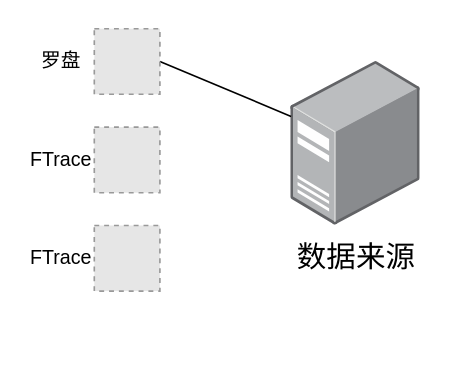
Before: 永洪分享.drawio in Cmdone/Draw.io, a draw.io diagram. Source tidied: cells renumbered, new cells numbered last; positions are measured from the earlier drawing's top-left corner, leaving out a move shared by most shapes. Both pictures are drawn from the tidied source at 164%, with x=0, y=0 at pixel (28, 28). Pictures stored in the file or linked from it are replaced by grey dashed boxes.
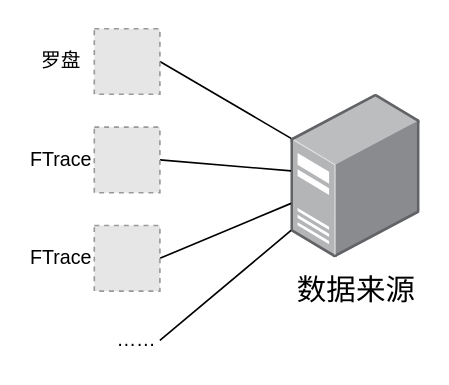
After the change.

The edit, as a diff of the source:
```diff
@@
 <mxGraphModel>
   <root>
     <mxCell id="0" />
     <mxCell id="1" parent="0" />
     <mxCell id="2" style="points=[];html=1;align=center;shadow=0;dashed=0;image;image=img/lib/allied_telesis/computer_and_terminals/Server_Desktop.svg;fillColor=none;" parent="1" vertex="1">
-      <mxGeometry x="160" y="20" width="78.9" height="100" as="geometry" />
+      <mxGeometry x="160" y="40" width="78.9" height="100" as="geometry" />
     </mxCell>
     <mxCell id="3" value="&lt;font style=&quot;font-size: 18px&quot;&gt;数据来源&lt;/font&gt;" style="text;html=1;strokeColor=none;fillColor=none;align=center;verticalAlign=middle;whiteSpace=wrap;rounded=0;" parent="1" vertex="1">
-      <mxGeometry x="160" y="120" width="80" height="40" as="geometry" />
+      <mxGeometry x="160" y="140" width="80" height="40" as="geometry" />
     </mxCell>
     <mxCell id="4" style="rounded=0;jettySize=auto;html=1;exitX=1;exitY=0.5;exitDx=0;exitDy=0;endArrow=none;endFill=0;" parent="1" edge="1" source="5" target="2">
       <mxGeometry relative="1" as="geometry" />
     </mxCell>
     <mxCell id="5" style="fillColor=#E6E6E6;strokeColor=#999999;dashed=1;verticalLabelPosition=bottom;labelBackgroundColor=#ffffff;verticalAlign=top;" parent="1" vertex="1">
       <mxGeometry x="40" width="40" height="40" as="geometry" />
     </mxCell>
     <mxCell id="6" value="罗盘" style="text;html=1;strokeColor=none;fillColor=none;align=center;verticalAlign=middle;whiteSpace=wrap;rounded=0;" parent="1" vertex="1">
       <mxGeometry y="10" width="40" height="20" as="geometry" />
     </mxCell>
+    <mxCell id="11" style="edgeStyle=none;rounded=0;jettySize=auto;html=1;exitX=1;exitY=0.5;exitDx=0;exitDy=0;endArrow=none;endFill=0;" parent="1" edge="1" source="7" target="2">
+      <mxGeometry relative="1" as="geometry" />
+    </mxCell>
     <mxCell id="7" style="fillColor=#E6E6E6;strokeColor=#999999;dashed=1;verticalLabelPosition=bottom;labelBackgroundColor=#ffffff;verticalAlign=top;" parent="1" vertex="1">
       <mxGeometry x="40" y="60" width="40" height="40" as="geometry" />
     </mxCell>
     <mxCell id="8" value="FTrace" style="text;html=1;strokeColor=none;fillColor=none;align=center;verticalAlign=middle;whiteSpace=wrap;rounded=0;" parent="1" vertex="1">
       <mxGeometry y="70" width="40" height="20" as="geometry" />
     </mxCell>
+    <mxCell id="12" style="edgeStyle=none;rounded=0;jettySize=auto;html=1;exitX=1;exitY=0.5;exitDx=0;exitDy=0;endArrow=none;endFill=0;" parent="1" edge="1" source="9" target="2">
+      <mxGeometry relative="1" as="geometry" />
+    </mxCell>
     <mxCell id="9" style="fillColor=#E6E6E6;strokeColor=#999999;dashed=1;verticalLabelPosition=bottom;labelBackgroundColor=#ffffff;verticalAlign=top;" parent="1" vertex="1">
       <mxGeometry x="40" y="120" width="40" height="40" as="geometry" />
     </mxCell>
     <mxCell id="10" value="FTrace" style="text;html=1;strokeColor=none;fillColor=none;align=center;verticalAlign=middle;whiteSpace=wrap;rounded=0;" parent="1" vertex="1">
       <mxGeometry y="130" width="40" height="20" as="geometry" />
     </mxCell>
+    <mxCell id="13" style="edgeStyle=none;rounded=0;jettySize=auto;html=1;exitX=1;exitY=0.5;exitDx=0;exitDy=0;endArrow=none;endFill=0;" parent="1" edge="1" source="14" target="2">
+      <mxGeometry relative="1" as="geometry" />
+    </mxCell>
+    <mxCell id="14" value="……" style="text;html=1;strokeColor=none;fillColor=none;align=right;verticalAlign=middle;whiteSpace=wrap;rounded=0;" parent="1" vertex="1">
+      <mxGeometry y="180" width="80" height="20" as="geometry" />
+    </mxCell>
   </root>
 </mxGraphModel>
```
